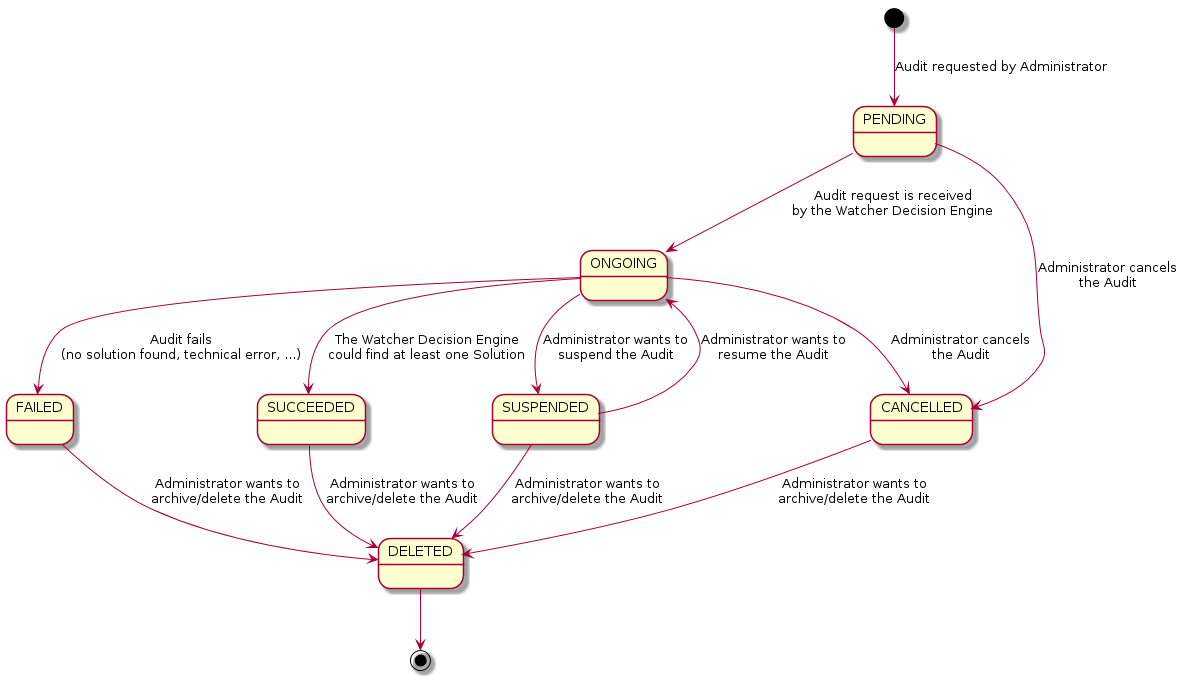
Earlier version of the PlantUML export doc/source/images/audit_state_machine.png (openstack/watcher).
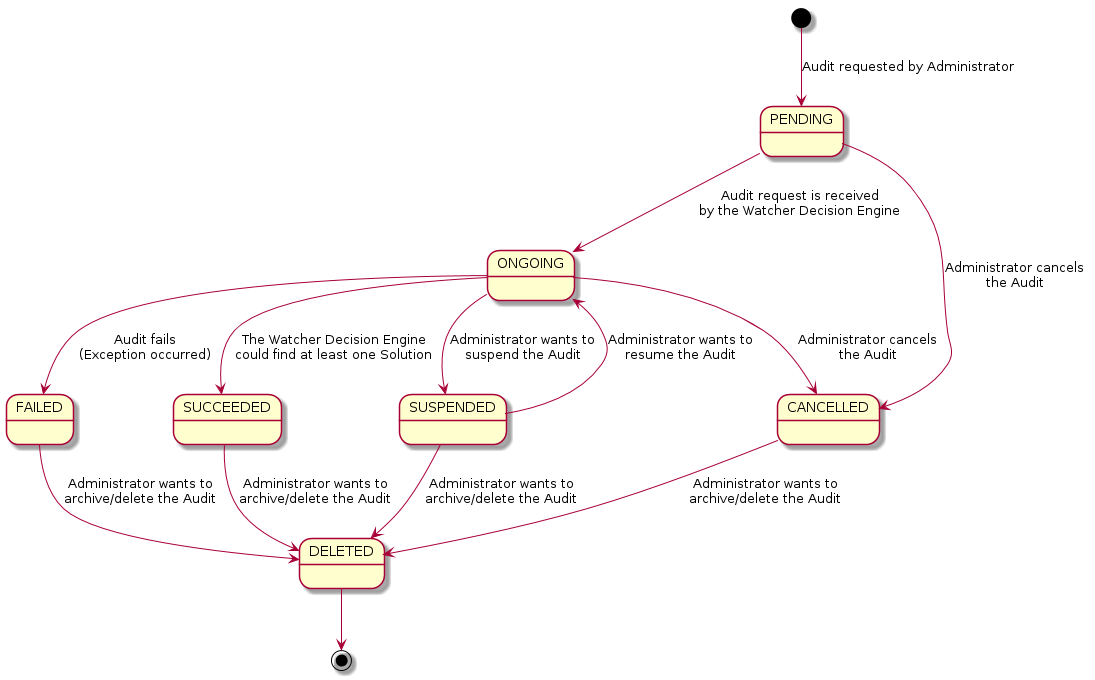
Above is the later version.

Commit message:
Fix inappropriate description about the audit_state_machine.png

Audit will only failed if an exception occured.
The situation that no solution found will not cause audit failed.

What changed in the source:
```diff
@@ -2,7 +2,7 @@
 
 [*] --> PENDING: Audit requested by Administrator
 PENDING --> ONGOING: Audit request is received\nby the Watcher Decision Engine
-ONGOING --> FAILED: Audit fails\n(no solution found, technical error, ...)
+ONGOING --> FAILED: Audit fails\n(Exception occurred)
 ONGOING --> SUCCEEDED: The Watcher Decision Engine\ncould find at least one Solution
 ONGOING --> SUSPENDED: Administrator wants to\nsuspend the Audit
 SUSPENDED --> ONGOING: Administrator wants to\nresume the Audit
```
